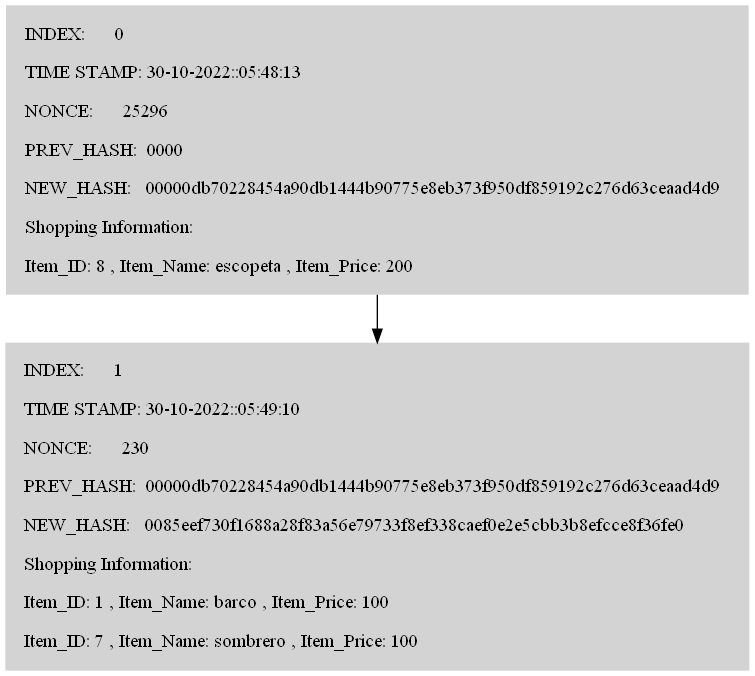
joshi-debb/battleships_game_board keeps this Graphviz diagram as Fase2/Blockchain.png. Above is the earlier version. Its source is kept beside it as Fase2/Blockchain.dot.
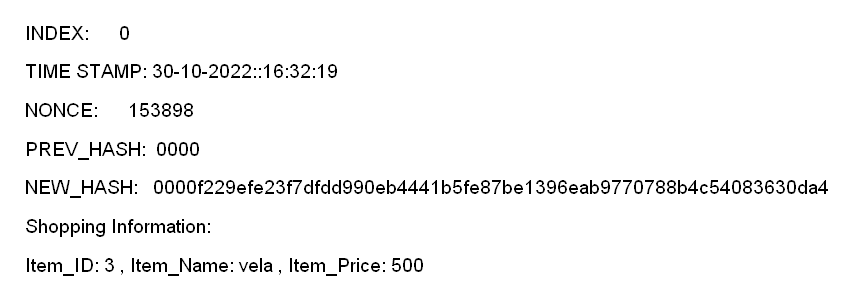
Later version of the same file.

Diff of the diagram source:
```diff
@@ -1,7 +1,4 @@
-digraph G{ node [shape=record style=filled]
-B_0 [shape=plain label=<<table border="0" cellpadding="0"><tr> <td> <table border="0" cellborder="0" cellspacing="10" ><tr> <td align="left">INDEX:      0</td> </tr><tr> <td align="left">TIME STAMP: 30-10-2022::05:48:13</td> </tr><tr> <td align="left">NONCE:      25296</td> </tr><tr> <td align="left">PREV_HASH:  0000  </td> </tr><tr> <td align="left">NEW_HASH:   00000db70228454a90db1444b90775e8eb373f950df859192c276d63ceaad4d9  </td> </tr><tr> <td align="left">Shopping Information:
- </td> </tr><tr> <td align="left">Item_ID: 8 , Item_Name: escopeta , Item_Price: 200</td> </tr></table> </td> </tr> </table>> ]
-B_1 [shape=plain label=<<table border="0" cellpadding="0"><tr> <td> <table border="0" cellborder="0" cellspacing="10" ><tr> <td align="left">INDEX:      1</td> </tr><tr> <td align="left">TIME STAMP: 30-10-2022::05:49:10</td> </tr><tr> <td align="left">NONCE:      230</td> </tr><tr> <td align="left">PREV_HASH:  00000db70228454a90db1444b90775e8eb373f950df859192c276d63ceaad4d9  </td> </tr><tr> <td align="left">NEW_HASH:   0085eef730f1688a28f83a56e79733f8ef338caef0e2e5cbb3b8efcce8f36fe0  </td> </tr><tr> <td align="left">Shopping Information:
- </td> </tr><tr> <td align="left">Item_ID: 1 , Item_Name: barco , Item_Price: 100</td> </tr><tr> <td align="left">Item_ID: 7 , Item_Name: sombrero , Item_Price: 100</td> </tr></table> </td> </tr> </table>> ] B_0 -> B_1;
-
+digraph G{ node [shape=record, fontname="Arial"]
+B_0 [shape=plain label=<<table border="0" cellpadding="0"><tr> <td> <table border="0" cellborder="0" cellspacing="10" ><tr> <td align="left">INDEX:      0</td> </tr><tr> <td align="left">TIME STAMP: 30-10-2022::16:32:19</td> </tr><tr> <td align="left">NONCE:      153898</td> </tr><tr> <td align="left">PREV_HASH:  0000  </td> </tr><tr> <td align="left">NEW_HASH:   0000f229efe23f7dfdd990eb4441b5fe87be1396eab9770788b4c54083630da4  </td> </tr><tr> <td align="left">Shopping Information:
+ </td> </tr><tr> <td align="left">Item_ID: 3 , Item_Name: vela , Item_Price: 500</td> </tr></table> </td> </tr> </table>> ]
 }
```
